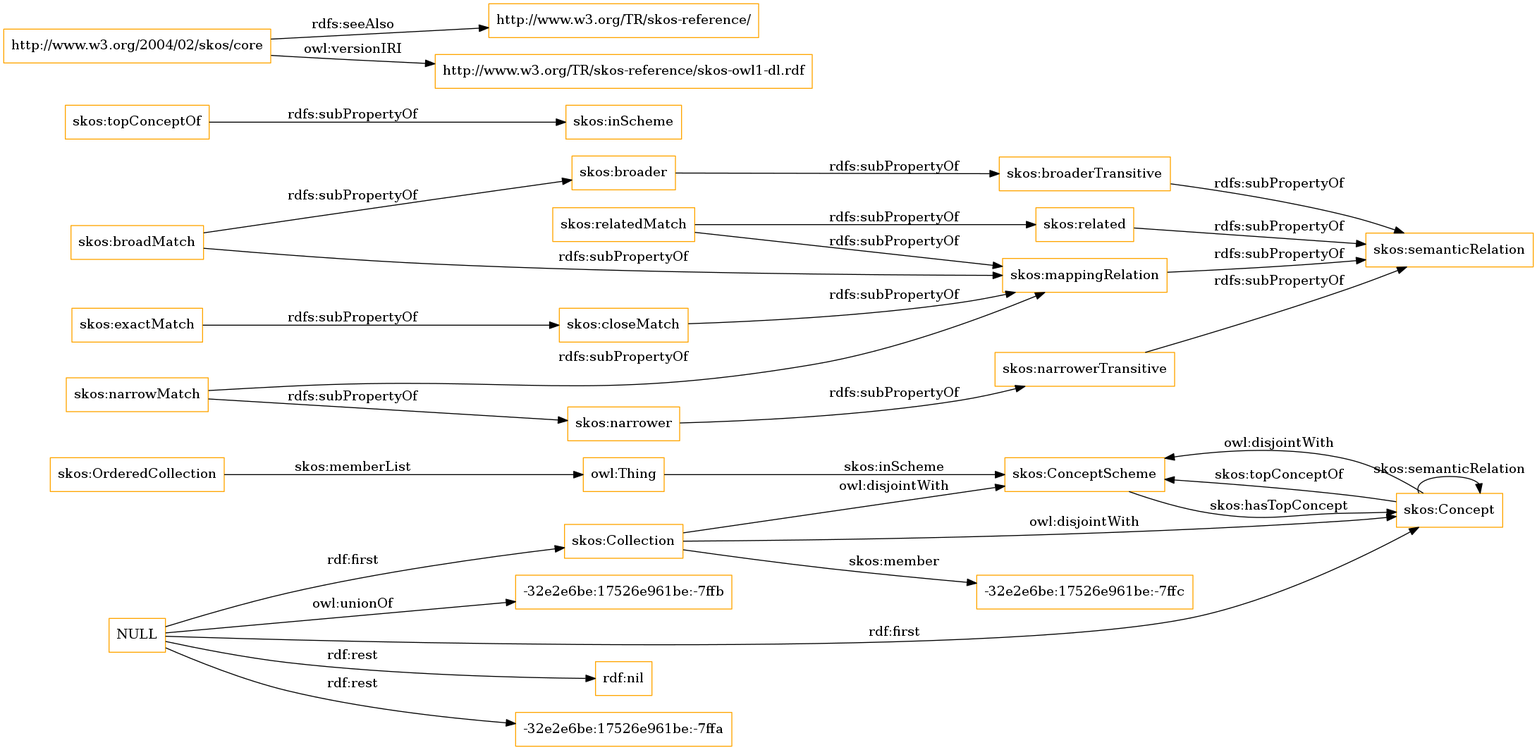
This is OnToology/imports/skos.owl/diagrams/ar2dtool-class/skos.owl.png from OnToologyUser/core-ontology-1, a Graphviz export, as it was before one commit. Its source is kept beside it as OnToology/imports/skos.owl/diagrams/ar2dtool-class/skos.owl.png.dot.
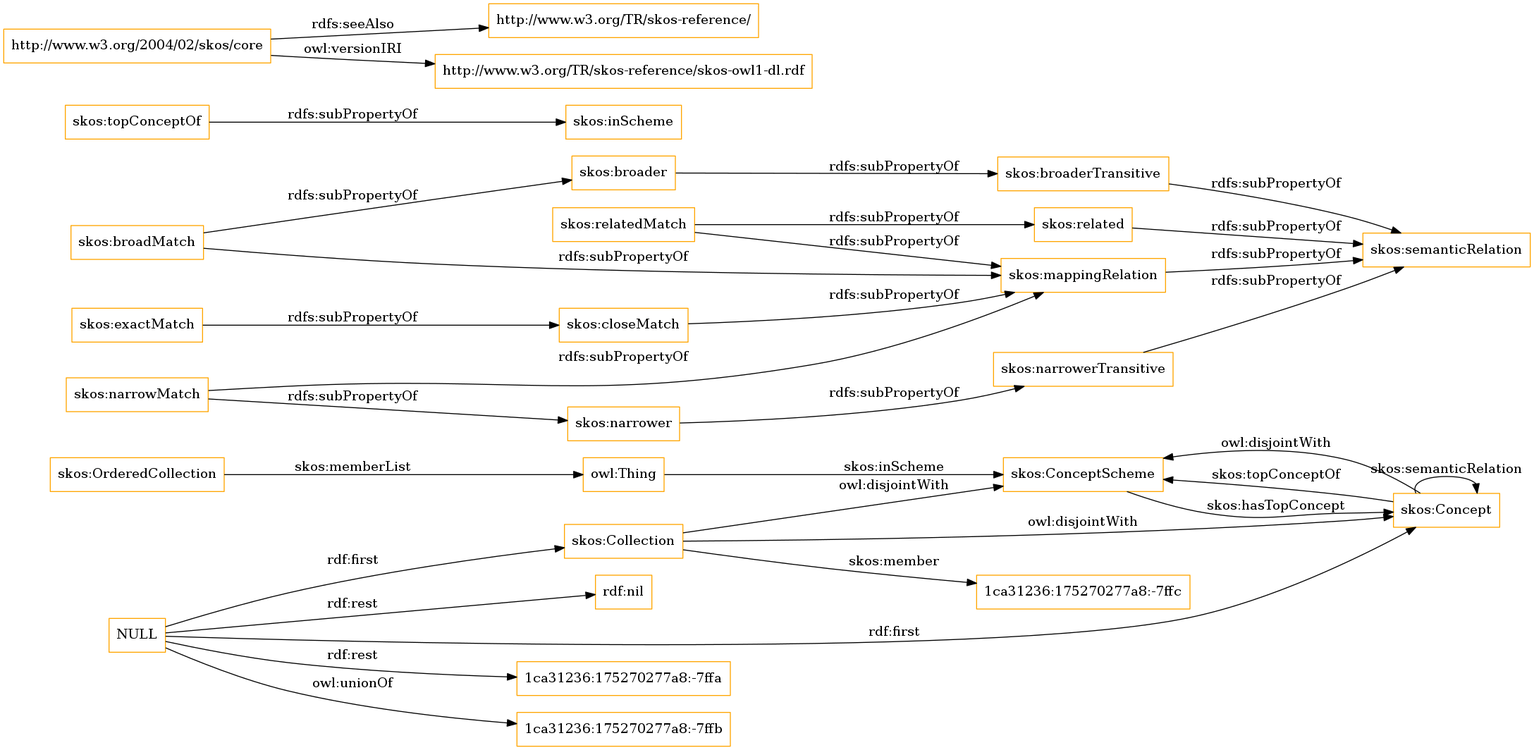
The same file after the commit.

What changed in the source:
```diff
@@ -1,13 +1,13 @@
 digraph ar2dtool_diagram {
 rankdir=LR;
 size="1501"
-node [shape = rectangle, color="orange"]; "skos:OrderedCollection" "skos:ConceptScheme" "skos:Concept" "skos:Collection" "-32e2e6be:17526e961be:-7ffc" ; /*classes style*/
+node [shape = rectangle, color="orange"]; "skos:OrderedCollection" "skos:ConceptScheme" "skos:Concept" "skos:Collection" "1ca31236:175270277a8:-7ffc" ; /*classes style*/
 	"skos:narrowerTransitive" -> "skos:semanticRelation" [ label = "rdfs:subPropertyOf" ];
+	"NULL" -> "1ca31236:175270277a8:-7ffa" [ label = "rdf:rest" ];
+	"NULL" -> "skos:Collection" [ label = "rdf:first" ];
+	"NULL" -> "1ca31236:175270277a8:-7ffb" [ label = "owl:unionOf" ];
 	"NULL" -> "rdf:nil" [ label = "rdf:rest" ];
 	"NULL" -> "skos:Concept" [ label = "rdf:first" ];
-	"NULL" -> "-32e2e6be:17526e961be:-7ffa" [ label = "rdf:rest" ];
-	"NULL" -> "skos:Collection" [ label = "rdf:first" ];
-	"NULL" -> "-32e2e6be:17526e961be:-7ffb" [ label = "owl:unionOf" ];
 	"skos:closeMatch" -> "skos:mappingRelation" [ label = "rdfs:subPropertyOf" ];
 	"skos:Concept" -> "skos:ConceptScheme" [ label = "owl:disjointWith" ];
 	"skos:relatedMatch" -> "skos:related" [ label = "rdfs:subPropertyOf" ];
@@ -30,7 +30,7 @@
 	"skos:OrderedCollection" -> "owl:Thing" [ label = "skos:memberList" ];
 	"skos:Concept" -> "skos:ConceptScheme" [ label = "skos:topConceptOf" ];
 	"skos:Concept" -> "skos:Concept" [ label = "skos:semanticRelation" ];
-	"skos:Collection" -> "-32e2e6be:17526e961be:-7ffc" [ label = "skos:member" ];
+	"skos:Collection" -> "1ca31236:175270277a8:-7ffc" [ label = "skos:member" ];
 	"skos:ConceptScheme" -> "skos:Concept" [ label = "skos:hasTopConcept" ];
 	"owl:Thing" -> "skos:ConceptScheme" [ label = "skos:inScheme" ];
 
```
